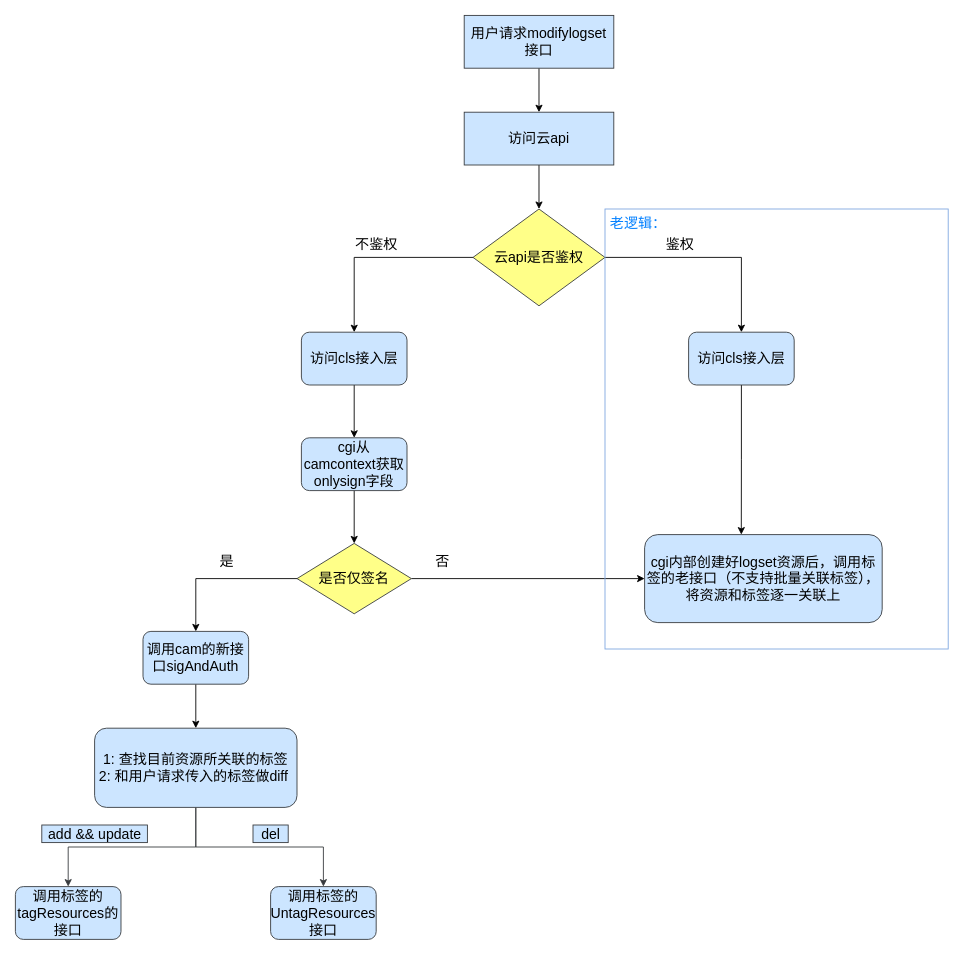
This is Untitled Diagram.drawio from lleiyyang/draw, a draw.io file, before an edit. Source tidied: cells renumbered, new cells numbered last; positions are measured from the earlier drawing's top-left corner, leaving out a move shared by most shapes. Both pictures are drawn from the tidied source at 88%, with x=0, y=0 at pixel (15, 15).
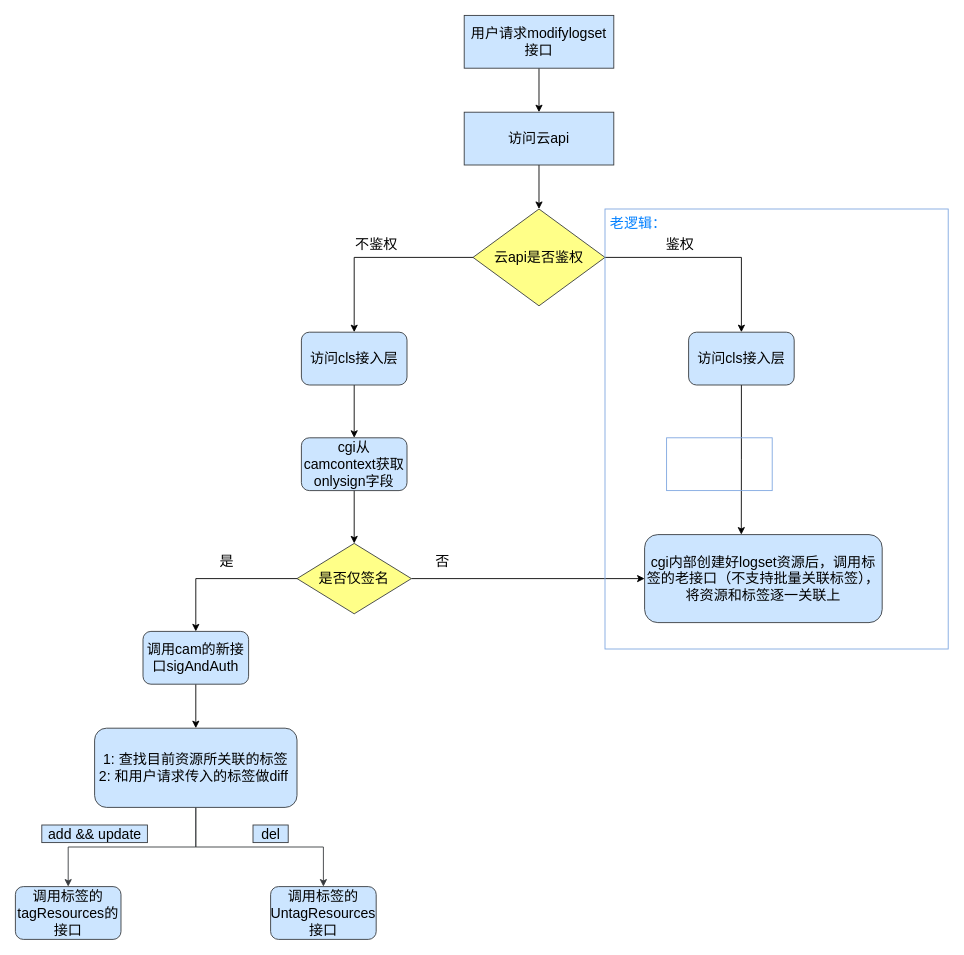
After the change.

Diff of the diagram source:
```diff
@@
+    <mxCell id="34" style="whiteSpace=wrap;html=1;shadow=0;glass=0;sketch=0;fontSize=16;fontColor=#007FFF;strokeColor=#7EA6E0;fillColor=none;gradientColor=#ffffff;" parent="1" vertex="1">
+      <mxGeometry x="740" y="480" width="120" height="60" as="geometry" />
+    </mxCell>
```
